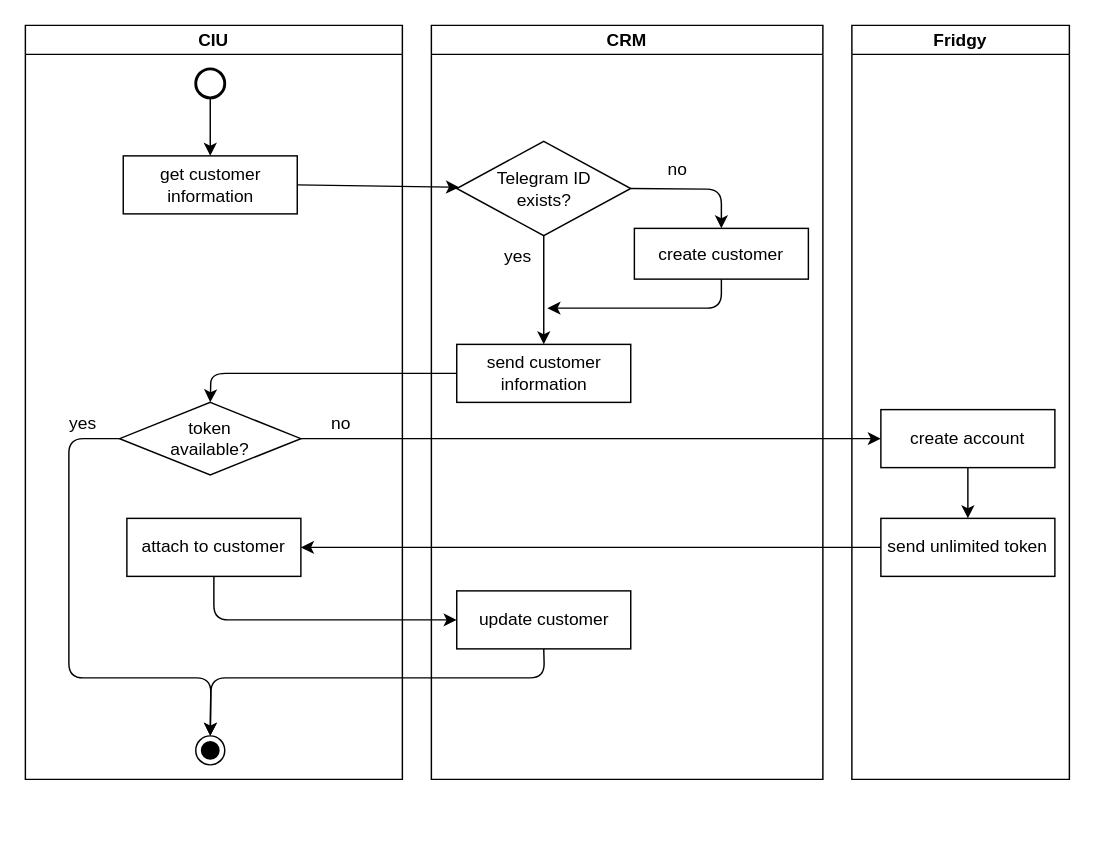
This is Documentation/Figures/flowcharts/user_authentication.drawio from RosarioBrancato/SpeechBasedGroceries, a draw.io file, before an edit. Source tidied: cells renumbered, new cells numbered last; positions are measured from the earlier drawing's top-left corner, leaving out a move shared by most shapes. Both pictures are drawn from the tidied source at 145%, with x=0, y=0 at pixel (25, 25).
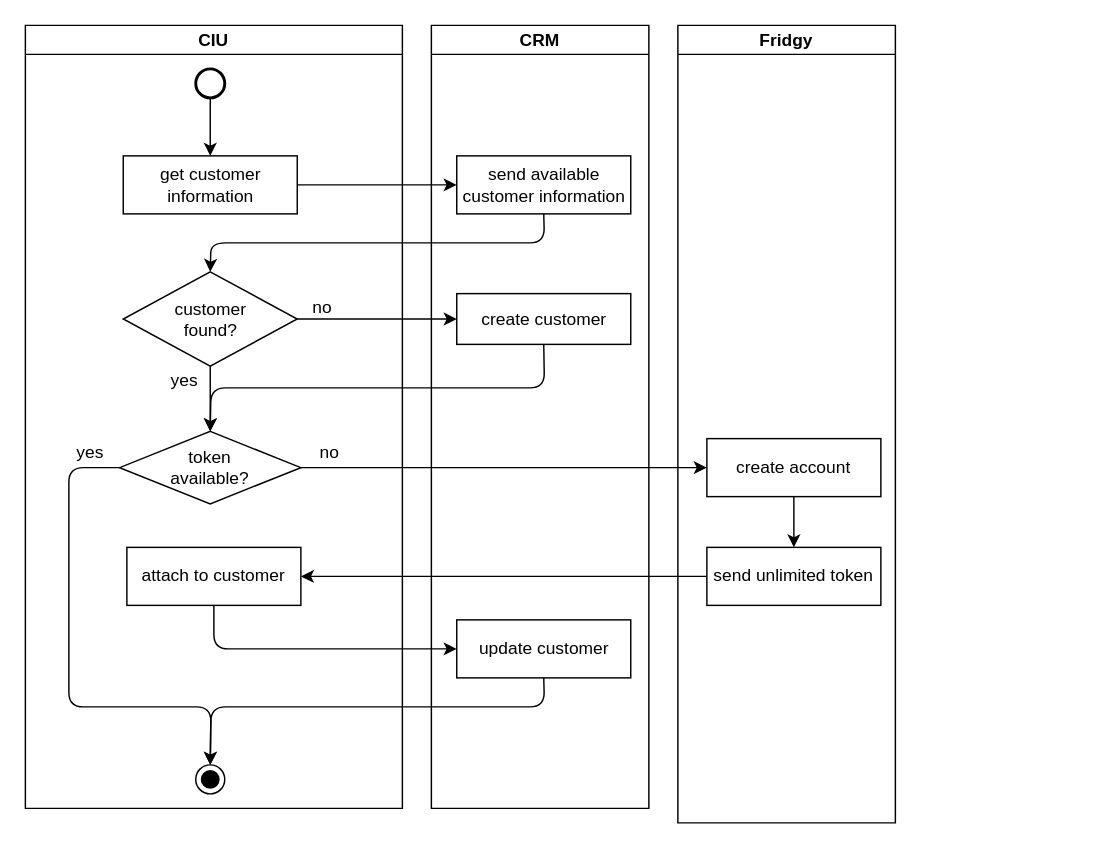
After the change.

Commit message (it also covers changes not shown here):
optimized user auth flowchart

Unchanged cells that the change refers to:
```xml
<mxCell id="3" value="get customer information" style="rounded=0;whiteSpace=wrap;html=1;" parent="2" vertex="1">
  <mxGeometry x="67.5" y="90" width="120" height="40" as="geometry" />
</mxCell>
```

Diff of the diagram source:
```diff
@@
     <mxCell id="2" value="CIU" style="swimlane;startSize=20;" parent="1" vertex="1">
-      <mxGeometry width="260" height="520" as="geometry" />
+      <mxGeometry width="260" height="540" as="geometry" />
     </mxCell>
@@
     <mxCell id="4" value="&lt;div&gt;token &lt;br&gt;&lt;/div&gt;&lt;div&gt;available?&lt;/div&gt;" style="rhombus;whiteSpace=wrap;html=1;strokeColor=#000000;" parent="2" vertex="1">
-      <mxGeometry x="65" y="260" width="125" height="50" as="geometry" />
+      <mxGeometry x="65" y="280" width="125" height="50" as="geometry" />
     </mxCell>
-    <mxCell id="5" value="yes" style="text;html=1;strokeColor=none;fillColor=none;align=center;verticalAlign=middle;whiteSpace=wrap;rounded=0;" parent="2" vertex="1">
-      <mxGeometry x="20" y="270" width="40" height="10" as="geometry" />
-    </mxCell>
-    <mxCell id="6" value="no" style="text;html=1;strokeColor=none;fillColor=none;align=center;verticalAlign=middle;whiteSpace=wrap;rounded=0;" parent="2" vertex="1">
-      <mxGeometry x="197.5" y="270" width="40" height="10" as="geometry" />
-    </mxCell>
+    <mxCell id="32" value="yes" style="text;html=1;strokeColor=none;fillColor=none;align=center;verticalAlign=middle;whiteSpace=wrap;rounded=0;" parent="2" vertex="1">
+      <mxGeometry x="25" y="290" width="40" height="10" as="geometry" />
+    </mxCell>
+    <mxCell id="33" value="no" style="text;html=1;strokeColor=none;fillColor=none;align=center;verticalAlign=middle;whiteSpace=wrap;rounded=0;" parent="2" vertex="1">
+      <mxGeometry x="190" y="290" width="40" height="10" as="geometry" />
+    </mxCell>
     <mxCell id="7" value="attach to customer" style="rounded=0;whiteSpace=wrap;html=1;" parent="2" vertex="1">
-      <mxGeometry x="70" y="340" width="120" height="40" as="geometry" />
+      <mxGeometry x="70" y="360" width="120" height="40" as="geometry" />
     </mxCell>
-    <mxCell id="8" style="endArrow=classic;html=1;exitX=0;exitY=0.5;exitDx=0;exitDy=0;entryX=0.5;entryY=0;entryDx=0;entryDy=0;" parent="2" edge="1" source="4" target="11">
-      <mxGeometry relative="1" as="geometry">
-        <Array as="points">
-          <mxPoint x="30" y="285" />
-          <mxPoint x="30" y="450" />
-          <mxPoint x="128" y="450" />
-        </Array>
-      </mxGeometry>
-    </mxCell>
+    <mxCell id="34" style="endArrow=classic;html=1;exitX=0;exitY=0.5;exitDx=0;exitDy=0;entryX=0.5;entryY=0;entryDx=0;entryDy=0;" parent="2" edge="1" source="4" target="35">
+      <mxGeometry relative="1" as="geometry">
+        <Array as="points">
+          <mxPoint x="30" y="305" />
+          <mxPoint x="30" y="470" />
+          <mxPoint x="128" y="470" />
+        </Array>
+      </mxGeometry>
+    </mxCell>
@@
-    <mxCell id="11" style="ellipse;html=1;shape=endState;fillColor=#000000;strokeColor=#000000;" parent="2" vertex="1">
-      <mxGeometry x="117.5" y="490" width="20" height="20" as="geometry" />
-    </mxCell>
+    <mxCell id="35" style="ellipse;html=1;shape=endState;fillColor=#000000;strokeColor=#000000;" parent="2" vertex="1">
+      <mxGeometry x="117.5" y="510" width="20" height="20" as="geometry" />
+    </mxCell>
+    <mxCell id="36" value="&lt;div&gt;customer &lt;br&gt;&lt;/div&gt;&lt;div&gt;found?&lt;/div&gt;" style="rhombus;whiteSpace=wrap;html=1;strokeColor=#000000;" parent="2" vertex="1">
+      <mxGeometry x="67.5" y="170" width="120" height="65" as="geometry" />
+    </mxCell>
+    <mxCell id="37" value="yes" style="text;html=1;strokeColor=none;fillColor=none;align=center;verticalAlign=middle;whiteSpace=wrap;rounded=0;" parent="2" vertex="1">
+      <mxGeometry x="90" y="235" width="40" height="20" as="geometry" />
+    </mxCell>
+    <mxCell id="38" value="no" style="text;html=1;strokeColor=none;fillColor=none;align=center;verticalAlign=middle;whiteSpace=wrap;rounded=0;" parent="2" vertex="1">
+      <mxGeometry x="185" y="190" width="40" height="10" as="geometry" />
+    </mxCell>
+    <mxCell id="39" style="endArrow=classic;html=1;exitX=0.5;exitY=1;exitDx=0;exitDy=0;entryX=0.5;entryY=0;entryDx=0;entryDy=0;" parent="2" edge="1" source="36" target="4">
+      <mxGeometry relative="1" as="geometry" />
+    </mxCell>
     <mxCell id="12" value="CRM" style="swimlane;startSize=20;" parent="1" vertex="1">
-      <mxGeometry x="280" width="270" height="520" as="geometry" />
+      <mxGeometry x="280" width="150" height="540" as="geometry" />
     </mxCell>
-    <mxCell id="13" style="endArrow=classic;html=1;exitX=0.5;exitY=1;exitDx=0;exitDy=0;" parent="12" edge="1" source="14" target="16">
-      <mxGeometry relative="1" as="geometry" />
-    </mxCell>
-    <mxCell id="14" value="Telegram ID&lt;br&gt;exists?" style="rhombus;whiteSpace=wrap;html=1;strokeColor=#000000;" parent="12" vertex="1">
-      <mxGeometry x="17.5" y="80" width="120" height="65" as="geometry" />
-    </mxCell>
     <mxCell id="15" value="create customer" style="rounded=0;whiteSpace=wrap;html=1;" parent="12" vertex="1">
-      <mxGeometry x="140" y="140" width="120" height="35" as="geometry" />
+      <mxGeometry x="17.5" y="185" width="120" height="35" as="geometry" />
     </mxCell>
-    <mxCell id="16" value="send customer information" style="rounded=0;whiteSpace=wrap;html=1;" parent="12" vertex="1">
-      <mxGeometry x="17.5" y="220" width="120" height="40" as="geometry" />
-    </mxCell>
-    <mxCell id="17" value="no" style="text;html=1;strokeColor=none;fillColor=none;align=center;verticalAlign=middle;whiteSpace=wrap;rounded=0;" parent="12" vertex="1">
-      <mxGeometry x="150" y="90" width="40" height="20" as="geometry" />
-    </mxCell>
-    <mxCell id="18" value="yes" style="text;html=1;strokeColor=none;fillColor=none;align=center;verticalAlign=middle;whiteSpace=wrap;rounded=0;" parent="12" vertex="1">
-      <mxGeometry x="40" y="150" width="40" height="20" as="geometry" />
-    </mxCell>
+    <mxCell id="40" value="send available customer information" style="rounded=0;whiteSpace=wrap;html=1;" parent="12" vertex="1">
+      <mxGeometry x="17.5" y="90" width="120" height="40" as="geometry" />
+    </mxCell>
     <mxCell id="19" value="update customer" style="rounded=0;whiteSpace=wrap;html=1;" parent="12" vertex="1">
-      <mxGeometry x="17.5" y="390" width="120" height="40" as="geometry" />
+      <mxGeometry x="17.5" y="410" width="120" height="40" as="geometry" />
     </mxCell>
-    <mxCell id="20" style="endArrow=classic;html=1;entryX=0.5;entryY=0;entryDx=0;entryDy=0;exitX=1;exitY=0.5;exitDx=0;exitDy=0;" parent="12" edge="1" source="14" target="15">
-      <mxGeometry relative="1" as="geometry">
-        <Array as="points">
-          <mxPoint x="200" y="113" />
-        </Array>
-      </mxGeometry>
-    </mxCell>
     <mxCell id="21" value="Fridgy" style="swimlane;startSize=20;" parent="1" vertex="1">
-      <mxGeometry x="570" width="150" height="520" as="geometry" />
+      <mxGeometry x="450" width="150" height="550" as="geometry" />
     </mxCell>
     <mxCell id="22" value="create account" style="rounded=0;whiteSpace=wrap;html=1;" parent="21" vertex="1">
-      <mxGeometry x="20" y="265" width="120" height="40" as="geometry" />
+      <mxGeometry x="20" y="285" width="120" height="40" as="geometry" />
     </mxCell>
@@
     <mxCell id="24" value="send unlimited token" style="rounded=0;whiteSpace=wrap;html=1;" parent="21" vertex="1">
-      <mxGeometry x="20" y="340" width="120" height="40" as="geometry" />
+      <mxGeometry x="20" y="360" width="120" height="40" as="geometry" />
     </mxCell>
-    <mxCell id="25" style="endArrow=classic;html=1;exitX=1;exitY=0.5;exitDx=0;exitDy=0;" parent="1" edge="1" source="3" target="14">
-      <mxGeometry relative="1" as="geometry" />
-    </mxCell>
-    <mxCell id="26" style="endArrow=classic;html=1;exitX=0;exitY=0.5;exitDx=0;exitDy=0;entryX=0.5;entryY=0;entryDx=0;entryDy=0;" parent="1" edge="1" source="16" target="4">
-      <mxGeometry relative="1" as="geometry">
-        <Array as="points">
-          <mxPoint x="128" y="240" />
-        </Array>
-      </mxGeometry>
-    </mxCell>
-    <mxCell id="27" style="endArrow=classic;html=1;exitX=0.5;exitY=1;exitDx=0;exitDy=0;" parent="1" edge="1" source="15">
-      <mxGeometry relative="1" as="geometry">
-        <mxPoint x="360" y="195" as="targetPoint" />
-        <Array as="points">
-          <mxPoint x="480" y="195" />
-          <mxPoint x="440" y="195" />
-          <mxPoint x="400" y="195" />
-        </Array>
-      </mxGeometry>
-    </mxCell>
@@
     <mxCell id="29" style="endArrow=classic;html=1;entryX=0;entryY=0.5;entryDx=0;entryDy=0;exitX=0.5;exitY=1;exitDx=0;exitDy=0;" parent="1" edge="1" source="7" target="19">
       <mxGeometry relative="1" as="geometry">
         <Array as="points">
-          <mxPoint x="130" y="410" />
+          <mxPoint x="130" y="430" />
         </Array>
       </mxGeometry>
     </mxCell>
@@
-    <mxCell id="31" style="endArrow=classic;html=1;exitX=0.5;exitY=1;exitDx=0;exitDy=0;entryX=0.5;entryY=0;entryDx=0;entryDy=0;" parent="1" edge="1" source="19" target="11">
-      <mxGeometry relative="1" as="geometry">
-        <Array as="points">
-          <mxPoint x="358" y="450" />
-          <mxPoint x="128" y="450" />
-        </Array>
-      </mxGeometry>
-    </mxCell>
+    <mxCell id="41" style="endArrow=classic;html=1;exitX=0.5;exitY=1;exitDx=0;exitDy=0;entryX=0.5;entryY=0;entryDx=0;entryDy=0;" parent="1" edge="1" source="19" target="35">
+      <mxGeometry relative="1" as="geometry">
+        <Array as="points">
+          <mxPoint x="358" y="470" />
+          <mxPoint x="128" y="470" />
+        </Array>
+      </mxGeometry>
+    </mxCell>
+    <mxCell id="42" style="endArrow=classic;html=1;entryX=0;entryY=0.5;entryDx=0;entryDy=0;exitX=1;exitY=0.5;exitDx=0;exitDy=0;" parent="1" edge="1" source="3" target="40">
+      <mxGeometry relative="1" as="geometry" />
+    </mxCell>
+    <mxCell id="43" style="endArrow=classic;html=1;entryX=0.5;entryY=0;entryDx=0;entryDy=0;exitX=0.5;exitY=1;exitDx=0;exitDy=0;" parent="1" edge="1" source="40" target="36">
+      <mxGeometry relative="1" as="geometry">
+        <Array as="points">
+          <mxPoint x="358" y="150" />
+          <mxPoint x="128" y="150" />
+        </Array>
+      </mxGeometry>
+    </mxCell>
+    <mxCell id="44" style="endArrow=classic;html=1;exitX=1;exitY=0.5;exitDx=0;exitDy=0;entryX=0;entryY=0.5;entryDx=0;entryDy=0;" parent="1" edge="1" source="36" target="15">
+      <mxGeometry relative="1" as="geometry" />
+    </mxCell>
+    <mxCell id="45" style="endArrow=classic;html=1;entryX=0.5;entryY=0;entryDx=0;entryDy=0;exitX=0.5;exitY=1;exitDx=0;exitDy=0;" parent="1" edge="1" source="15" target="4">
+      <mxGeometry relative="1" as="geometry">
+        <Array as="points">
+          <mxPoint x="358" y="250" />
+          <mxPoint x="128" y="250" />
+        </Array>
+      </mxGeometry>
+    </mxCell>
```
